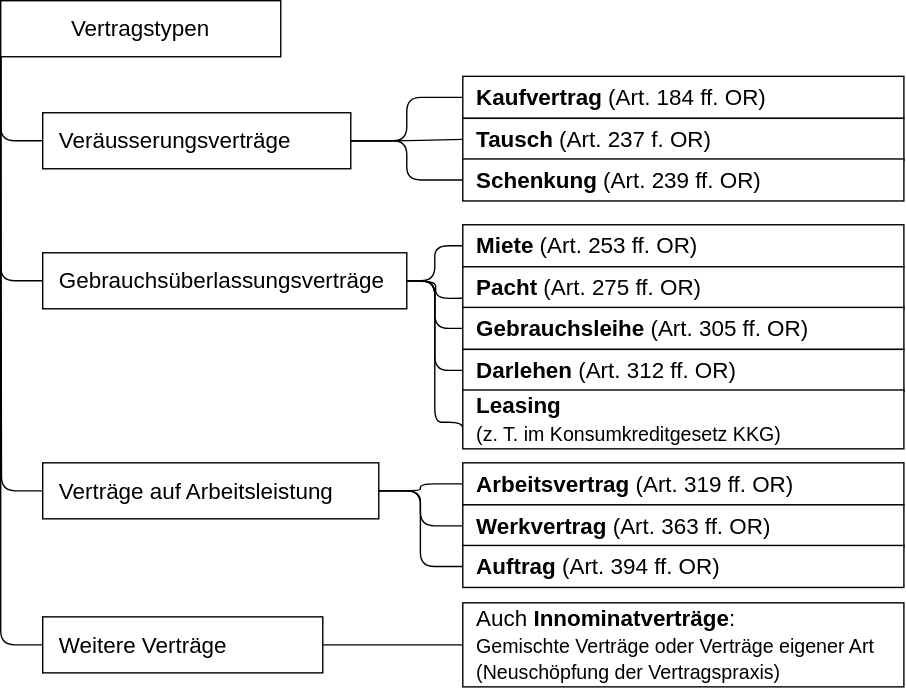
Earlier version of the draw.io export BuRe2/diagrams/vertragstypen.svg (grnin/Zusammenfassungen). Source tidied: cells renumbered, new cells last; positions are measured from the earlier drawing's top-left corner, leaving out a move shared by most shapes.
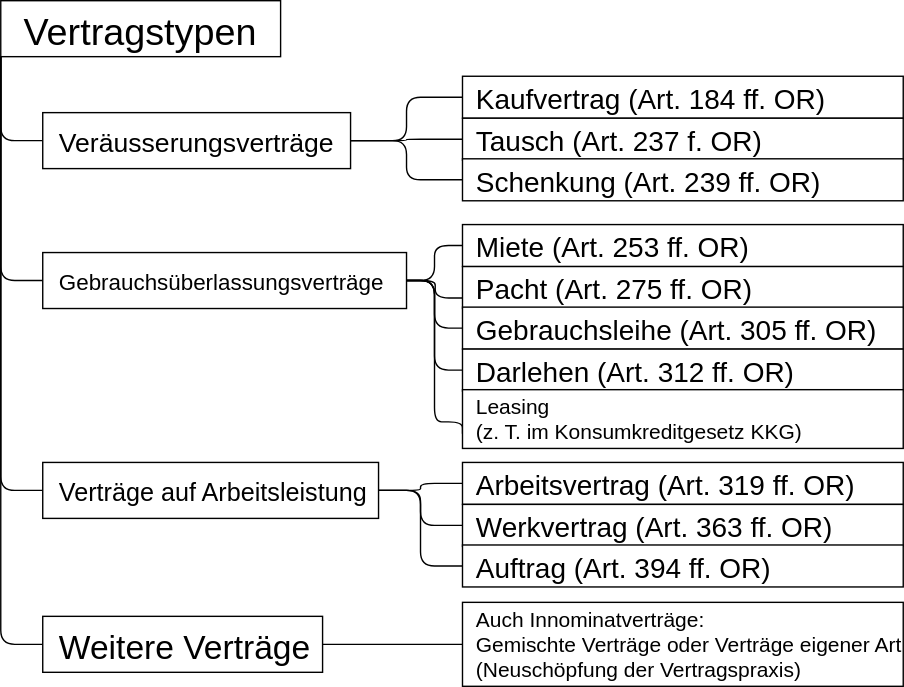
The same file after the commit.

The edit, as a diff of the source:
```diff
@@ -2,28 +2,28 @@
   <root>
     <mxCell id="0" />
     <mxCell id="1" parent="0" />
-    <mxCell id="2" style="group;" parent="1" vertex="1">
+    <mxCell id="2" style="group;autosizeText=1;convertToSvg=1;" parent="1" vertex="1">
       <mxGeometry width="645" height="480" as="geometry" />
     </mxCell>
-    <mxCell id="3" value="Vertragstypen" style="rounded=0;whiteSpace=wrap;html=1;fontSize=16;" parent="2" vertex="1">
+    <mxCell id="3" value="Vertragstypen" style="rounded=0;whiteSpace=wrap;fontSize=27;autosizeText=1;convertToSvg=1;svgWhiteSpace=wrap;" parent="2" vertex="1">
       <mxGeometry width="200" height="40" as="geometry" />
     </mxCell>
-    <mxCell id="4" style="edgeStyle=orthogonalEdgeStyle;html=1;exitX=0;exitY=0.5;exitDx=0;exitDy=0;entryX=0;entryY=1;entryDx=0;entryDy=0;endArrow=none;endFill=0;fontSize=16;" parent="2" edge="1" source="8" target="3">
+    <mxCell id="4" style="edgeStyle=orthogonalEdgeStyle;exitX=0;exitY=0.5;exitDx=0;exitDy=0;entryX=0;entryY=1;entryDx=0;entryDy=0;endArrow=none;endFill=0;fontSize=16;autosizeText=1;convertToSvg=1;" parent="2" edge="1" source="8" target="3">
       <mxGeometry relative="1" as="geometry" />
     </mxCell>
-    <mxCell id="5" style="edgeStyle=orthogonalEdgeStyle;html=1;exitX=1;exitY=0.5;exitDx=0;exitDy=0;endArrow=none;endFill=0;" parent="2" edge="1" source="8" target="16">
+    <mxCell id="5" style="edgeStyle=orthogonalEdgeStyle;exitX=1;exitY=0.5;exitDx=0;exitDy=0;endArrow=none;endFill=0;autosizeText=1;convertToSvg=1;" parent="2" edge="1" source="8" target="16">
       <mxGeometry relative="1" as="geometry" />
     </mxCell>
-    <mxCell id="6" style="edgeStyle=orthogonalEdgeStyle;html=1;exitX=1;exitY=0.5;exitDx=0;exitDy=0;entryX=0;entryY=0.5;entryDx=0;entryDy=0;endArrow=none;endFill=0;align=left;" parent="2" edge="1" source="8" target="17">
+    <mxCell id="6" style="edgeStyle=orthogonalEdgeStyle;exitX=1;exitY=0.5;exitDx=0;exitDy=0;entryX=0;entryY=0.5;entryDx=0;entryDy=0;endArrow=none;endFill=0;align=left;autosizeText=1;convertToSvg=1;" parent="2" edge="1" source="8" target="17">
       <mxGeometry relative="1" as="geometry" />
     </mxCell>
-    <mxCell id="7" style="edgeStyle=orthogonalEdgeStyle;html=1;exitX=1;exitY=0.5;exitDx=0;exitDy=0;entryX=0;entryY=0.5;entryDx=0;entryDy=0;endArrow=none;endFill=0;align=left;" parent="2" edge="1" source="8" target="18">
+    <mxCell id="7" style="edgeStyle=orthogonalEdgeStyle;exitX=1;exitY=0.5;exitDx=0;exitDy=0;entryX=0;entryY=0.5;entryDx=0;entryDy=0;endArrow=none;endFill=0;align=left;autosizeText=1;convertToSvg=1;" parent="2" edge="1" source="8" target="18">
       <mxGeometry relative="1" as="geometry" />
     </mxCell>
-    <mxCell id="8" value="Veräusserungsverträge" style="rounded=0;whiteSpace=wrap;html=1;fontSize=16;align=left;spacingLeft=10;" parent="2" vertex="1">
+    <mxCell id="8" value="Veräusserungsverträge" style="rounded=0;whiteSpace=wrap;fontSize=19;align=left;spacingLeft=10;autosizeText=1;convertToSvg=1;svgWhiteSpace=wrap;" parent="2" vertex="1">
       <mxGeometry x="30" y="80" width="220" height="40" as="geometry" />
     </mxCell>
-    <mxCell id="9" style="edgeStyle=orthogonalEdgeStyle;html=1;exitX=0;exitY=0.5;exitDx=0;exitDy=0;endArrow=none;endFill=0;fontSize=16;" parent="2" edge="1" source="11">
+    <mxCell id="9" style="edgeStyle=orthogonalEdgeStyle;exitX=0;exitY=0.5;exitDx=0;exitDy=0;endArrow=none;endFill=0;fontSize=16;autosizeText=1;convertToSvg=1;" parent="2" edge="1" source="11">
       <mxGeometry relative="1" as="geometry">
         <mxPoint y="40" as="targetPoint" />
         <Array as="points">
@@ -31,47 +31,47 @@
         </Array>
       </mxGeometry>
     </mxCell>
-    <mxCell id="10" style="edgeStyle=orthogonalEdgeStyle;html=1;exitX=1;exitY=0.5;exitDx=0;exitDy=0;endArrow=none;endFill=0;align=left;" parent="2" edge="1" source="11" target="19">
+    <mxCell id="10" style="edgeStyle=orthogonalEdgeStyle;exitX=1;exitY=0.5;exitDx=0;exitDy=0;endArrow=none;endFill=0;align=left;autosizeText=1;convertToSvg=1;" parent="2" edge="1" source="11" target="19">
       <mxGeometry relative="1" as="geometry" />
     </mxCell>
-    <mxCell id="11" value="Gebrauchsüberlassungsverträge" style="rounded=0;whiteSpace=wrap;html=1;fontSize=16;align=left;spacingLeft=10;" parent="2" vertex="1">
+    <mxCell id="11" value="Gebrauchsüberlassungsverträge" style="rounded=0;whiteSpace=wrap;fontSize=16;align=left;spacingLeft=10;autosizeText=1;convertToSvg=1;svgWhiteSpace=wrap;" parent="2" vertex="1">
       <mxGeometry x="30" y="180" width="260" height="40" as="geometry" />
     </mxCell>
-    <mxCell id="12" style="edgeStyle=orthogonalEdgeStyle;html=1;exitX=0;exitY=0.5;exitDx=0;exitDy=0;endArrow=none;endFill=0;fontSize=16;" parent="2" edge="1" source="13">
+    <mxCell id="12" style="edgeStyle=orthogonalEdgeStyle;exitX=0;exitY=0.5;exitDx=0;exitDy=0;endArrow=none;endFill=0;fontSize=16;autosizeText=1;convertToSvg=1;" parent="2" edge="1" source="13">
       <mxGeometry relative="1" as="geometry">
         <mxPoint y="40" as="targetPoint" />
       </mxGeometry>
     </mxCell>
-    <mxCell id="13" value="Verträge auf Arbeitsleistung" style="rounded=0;whiteSpace=wrap;html=1;fontSize=16;align=left;spacingLeft=10;" parent="2" vertex="1">
+    <mxCell id="13" value="Verträge auf Arbeitsleistung" style="rounded=0;whiteSpace=wrap;fontSize=18;align=left;spacingLeft=10;autosizeText=1;convertToSvg=1;svgWhiteSpace=wrap;" parent="2" vertex="1">
       <mxGeometry x="30" y="330" width="240" height="40" as="geometry" />
     </mxCell>
-    <mxCell id="14" style="edgeStyle=orthogonalEdgeStyle;html=1;exitX=0;exitY=0.5;exitDx=0;exitDy=0;entryX=0;entryY=1;entryDx=0;entryDy=0;endArrow=none;endFill=0;fontSize=16;" parent="2" edge="1" source="15" target="3">
+    <mxCell id="14" style="edgeStyle=orthogonalEdgeStyle;exitX=0;exitY=0.5;exitDx=0;exitDy=0;entryX=0;entryY=1;entryDx=0;entryDy=0;endArrow=none;endFill=0;fontSize=16;autosizeText=1;convertToSvg=1;" parent="2" edge="1" source="15" target="3">
       <mxGeometry relative="1" as="geometry" />
     </mxCell>
-    <mxCell id="15" value="Weitere Verträge" style="rounded=0;whiteSpace=wrap;html=1;fontSize=16;align=left;spacingLeft=10;" parent="2" vertex="1">
+    <mxCell id="15" value="Weitere Verträge" style="rounded=0;whiteSpace=wrap;fontSize=24;align=left;spacingLeft=10;autosizeText=1;convertToSvg=1;svgWhiteSpace=wrap;" parent="2" vertex="1">
       <mxGeometry x="30" y="440" width="200" height="40" as="geometry" />
     </mxCell>
-    <mxCell id="16" value="&lt;b&gt;Kaufvertrag &lt;/b&gt;(Art. 184 ff. OR)" style="rounded=0;whiteSpace=wrap;html=1;spacing=1;align=left;spacingLeft=9;fontSize=16;" parent="2" vertex="1">
+    <mxCell id="16" value="Kaufvertrag (Art. 184 ff. OR)" style="rounded=0;whiteSpace=wrap;spacing=1;align=left;spacingLeft=9;fontSize=20;autosizeText=1;convertToSvg=1;svgWhiteSpace=wrap;" parent="2" vertex="1">
       <mxGeometry x="330" y="54" width="315" height="30" as="geometry" />
     </mxCell>
-    <mxCell id="17" value="&lt;b&gt;Tausch &lt;/b&gt;(Art. 237 f. OR)" style="rounded=0;whiteSpace=wrap;html=1;spacing=1;align=left;spacingLeft=9;fontSize=16;" parent="2" vertex="1">
+    <mxCell id="17" value="Tausch (Art. 237 f. OR)" style="rounded=0;whiteSpace=wrap;spacing=1;align=left;spacingLeft=9;fontSize=20;autosizeText=1;convertToSvg=1;svgWhiteSpace=wrap;" parent="2" vertex="1">
       <mxGeometry x="330" y="84" width="315" height="30" as="geometry" />
     </mxCell>
-    <mxCell id="18" value="&lt;b&gt;Schenkung &lt;/b&gt;(Art. 239 ff. OR)" style="rounded=0;whiteSpace=wrap;html=1;spacing=1;align=left;spacingLeft=9;fontSize=16;" parent="2" vertex="1">
+    <mxCell id="18" value="Schenkung (Art. 239 ff. OR)" style="rounded=0;whiteSpace=wrap;spacing=1;align=left;spacingLeft=9;fontSize=20;autosizeText=1;convertToSvg=1;svgWhiteSpace=wrap;" parent="2" vertex="1">
       <mxGeometry x="330" y="113" width="315" height="30" as="geometry" />
     </mxCell>
-    <mxCell id="19" value="&lt;b&gt;Miete &lt;/b&gt;(Art. 253 ff. OR)" style="rounded=0;whiteSpace=wrap;html=1;spacing=1;align=left;spacingLeft=9;fontSize=16;" parent="2" vertex="1">
+    <mxCell id="19" value="Miete (Art. 253 ff. OR)" style="rounded=0;whiteSpace=wrap;spacing=1;align=left;spacingLeft=9;fontSize=20;autosizeText=1;convertToSvg=1;svgWhiteSpace=wrap;" parent="2" vertex="1">
       <mxGeometry x="330" y="160" width="315" height="30" as="geometry" />
     </mxCell>
-    <mxCell id="20" style="edgeStyle=orthogonalEdgeStyle;html=1;exitX=0;exitY=0.75;exitDx=0;exitDy=0;endArrow=none;endFill=0;align=left;" parent="2" edge="1" source="21">
+    <mxCell id="20" style="edgeStyle=orthogonalEdgeStyle;exitX=0;exitY=0.75;exitDx=0;exitDy=0;endArrow=none;endFill=0;align=left;autosizeText=1;convertToSvg=1;" parent="2" edge="1" source="21">
       <mxGeometry relative="1" as="geometry">
         <mxPoint x="290" y="200" as="targetPoint" />
       </mxGeometry>
     </mxCell>
-    <mxCell id="21" value="&lt;b&gt;Pacht &lt;/b&gt;(Art. 275 ff. OR)" style="rounded=0;whiteSpace=wrap;html=1;spacing=1;align=left;spacingLeft=9;fontSize=16;" parent="2" vertex="1">
+    <mxCell id="21" value="Pacht (Art. 275 ff. OR)" style="rounded=0;whiteSpace=wrap;spacing=1;align=left;spacingLeft=9;fontSize=20;autosizeText=1;convertToSvg=1;svgWhiteSpace=wrap;" parent="2" vertex="1">
       <mxGeometry x="330" y="190" width="315" height="30" as="geometry" />
     </mxCell>
-    <mxCell id="22" style="edgeStyle=orthogonalEdgeStyle;html=1;exitX=0;exitY=0.5;exitDx=0;exitDy=0;entryX=1;entryY=0.5;entryDx=0;entryDy=0;endArrow=none;endFill=0;align=left;" parent="2" edge="1" source="23" target="11">
+    <mxCell id="22" style="edgeStyle=orthogonalEdgeStyle;exitX=0;exitY=0.5;exitDx=0;exitDy=0;entryX=1;entryY=0.5;entryDx=0;entryDy=0;endArrow=none;endFill=0;align=left;autosizeText=1;convertToSvg=1;" parent="2" edge="1" source="23" target="11">
       <mxGeometry relative="1" as="geometry">
         <Array as="points">
           <mxPoint x="310" y="234" />
@@ -79,34 +79,34 @@
         </Array>
       </mxGeometry>
     </mxCell>
-    <mxCell id="23" value="&lt;b&gt;Gebrauchsleihe &lt;/b&gt;(Art. 305 ff. OR)" style="rounded=0;whiteSpace=wrap;html=1;spacing=1;align=left;spacingLeft=9;fontSize=16;" parent="2" vertex="1">
+    <mxCell id="23" value="Gebrauchsleihe (Art. 305 ff. OR)" style="rounded=0;whiteSpace=wrap;spacing=1;align=left;spacingLeft=9;fontSize=20;autosizeText=1;convertToSvg=1;svgWhiteSpace=wrap;" parent="2" vertex="1">
       <mxGeometry x="330" y="219" width="315" height="30" as="geometry" />
     </mxCell>
-    <mxCell id="24" style="edgeStyle=elbowEdgeStyle;html=1;exitX=0;exitY=0.5;exitDx=0;exitDy=0;endArrow=none;endFill=0;align=left;" parent="2" edge="1" source="25" target="13">
+    <mxCell id="24" style="edgeStyle=elbowEdgeStyle;exitX=0;exitY=0.5;exitDx=0;exitDy=0;endArrow=none;endFill=0;align=left;autosizeText=1;convertToSvg=1;" parent="2" edge="1" source="25" target="13">
       <mxGeometry relative="1" as="geometry" />
     </mxCell>
-    <mxCell id="25" value="&lt;b&gt;Arbeitsvertrag &lt;/b&gt;(Art. 319 ff. OR)" style="rounded=0;whiteSpace=wrap;html=1;spacing=1;align=left;spacingLeft=9;fontSize=16;" parent="2" vertex="1">
+    <mxCell id="25" value="Arbeitsvertrag (Art. 319 ff. OR)" style="rounded=0;whiteSpace=wrap;spacing=1;align=left;spacingLeft=9;fontSize=20;autosizeText=1;convertToSvg=1;svgWhiteSpace=wrap;" parent="2" vertex="1">
       <mxGeometry x="330" y="330" width="315" height="30" as="geometry" />
     </mxCell>
-    <mxCell id="26" style="edgeStyle=elbowEdgeStyle;html=1;exitX=0;exitY=0.5;exitDx=0;exitDy=0;endArrow=none;endFill=0;align=left;entryX=1;entryY=0.5;entryDx=0;entryDy=0;" parent="2" edge="1" source="27" target="13">
+    <mxCell id="26" style="edgeStyle=elbowEdgeStyle;exitX=0;exitY=0.5;exitDx=0;exitDy=0;endArrow=none;endFill=0;align=left;entryX=1;entryY=0.5;entryDx=0;entryDy=0;autosizeText=1;convertToSvg=1;" parent="2" edge="1" source="27" target="13">
       <mxGeometry relative="1" as="geometry" />
     </mxCell>
-    <mxCell id="27" value="&lt;b&gt;Werkvertrag &lt;/b&gt;(Art. 363 ff. OR)" style="rounded=0;whiteSpace=wrap;html=1;spacing=1;align=left;spacingLeft=9;fontSize=16;" parent="2" vertex="1">
+    <mxCell id="27" value="Werkvertrag (Art. 363 ff. OR)" style="rounded=0;whiteSpace=wrap;spacing=1;align=left;spacingLeft=9;fontSize=20;autosizeText=1;convertToSvg=1;svgWhiteSpace=wrap;" parent="2" vertex="1">
       <mxGeometry x="330" y="360" width="315" height="30" as="geometry" />
     </mxCell>
-    <mxCell id="28" style="edgeStyle=elbowEdgeStyle;html=1;exitX=0;exitY=0.5;exitDx=0;exitDy=0;endArrow=none;endFill=0;align=left;entryX=1;entryY=0.5;entryDx=0;entryDy=0;" parent="2" edge="1" source="29" target="13">
+    <mxCell id="28" style="edgeStyle=elbowEdgeStyle;exitX=0;exitY=0.5;exitDx=0;exitDy=0;endArrow=none;endFill=0;align=left;entryX=1;entryY=0.5;entryDx=0;entryDy=0;autosizeText=1;convertToSvg=1;" parent="2" edge="1" source="29" target="13">
       <mxGeometry relative="1" as="geometry" />
     </mxCell>
-    <mxCell id="29" value="&lt;b&gt;Auftrag &lt;/b&gt;(Art. 394 ff. OR)" style="rounded=0;whiteSpace=wrap;html=1;spacing=1;align=left;spacingLeft=9;fontSize=16;" parent="2" vertex="1">
+    <mxCell id="29" value="Auftrag (Art. 394 ff. OR)" style="rounded=0;whiteSpace=wrap;spacing=1;align=left;spacingLeft=9;fontSize=20;autosizeText=1;convertToSvg=1;svgWhiteSpace=wrap;" parent="2" vertex="1">
       <mxGeometry x="330" y="389" width="315" height="30" as="geometry" />
     </mxCell>
-    <mxCell id="30" style="edgeStyle=orthogonalEdgeStyle;html=1;exitX=0;exitY=0.5;exitDx=0;exitDy=0;endArrow=none;endFill=0;" parent="2" edge="1" source="31" target="15">
+    <mxCell id="30" style="edgeStyle=orthogonalEdgeStyle;exitX=0;exitY=0.5;exitDx=0;exitDy=0;endArrow=none;endFill=0;autosizeText=1;convertToSvg=1;" parent="2" edge="1" source="31" target="15">
       <mxGeometry relative="1" as="geometry" />
     </mxCell>
-    <mxCell id="31" value="Auch &lt;b&gt;Innominatverträge&lt;/b&gt;:&lt;div&gt;&lt;font style=&quot;font-size: 14px;&quot;&gt;Gemischte Verträge oder Verträge eigener Art (Neuschöpfung der Vertragspraxis)&lt;/font&gt;&lt;/div&gt;" style="rounded=0;whiteSpace=wrap;html=1;spacing=1;align=left;spacingLeft=9;fontSize=16;" parent="2" vertex="1">
+    <mxCell id="31" value="Auch Innominatverträge:&#10;Gemischte Verträge oder Verträge eigener Art (Neuschöpfung der Vertragspraxis)" style="rounded=0;whiteSpace=wrap;spacing=1;align=left;spacingLeft=9;fontSize=15;autosizeText=1;convertToSvg=1;svgWhiteSpace=wrap;" parent="2" vertex="1">
       <mxGeometry x="330" y="430" width="315" height="60" as="geometry" />
     </mxCell>
-    <mxCell id="32" style="edgeStyle=orthogonalEdgeStyle;html=1;exitX=0;exitY=0.5;exitDx=0;exitDy=0;endArrow=none;endFill=0;align=left;" parent="2" edge="1" source="33">
+    <mxCell id="32" style="edgeStyle=orthogonalEdgeStyle;exitX=0;exitY=0.5;exitDx=0;exitDy=0;endArrow=none;endFill=0;align=left;autosizeText=1;convertToSvg=1;" parent="2" edge="1" source="33">
       <mxGeometry relative="1" as="geometry">
         <mxPoint x="290" y="200" as="targetPoint" />
         <Array as="points">
@@ -115,10 +115,10 @@
         </Array>
       </mxGeometry>
     </mxCell>
-    <mxCell id="33" value="&lt;b&gt;Darlehen &lt;/b&gt;(Art. 312 ff. OR)" style="rounded=0;whiteSpace=wrap;html=1;spacing=1;align=left;spacingLeft=9;fontSize=16;" parent="2" vertex="1">
+    <mxCell id="33" value="Darlehen (Art. 312 ff. OR)" style="rounded=0;whiteSpace=wrap;spacing=1;align=left;spacingLeft=9;fontSize=20;autosizeText=1;convertToSvg=1;svgWhiteSpace=wrap;" parent="2" vertex="1">
       <mxGeometry x="330" y="249" width="315" height="30" as="geometry" />
     </mxCell>
-    <mxCell id="34" style="edgeStyle=orthogonalEdgeStyle;html=1;exitX=0;exitY=0.75;exitDx=0;exitDy=0;entryX=1;entryY=0.5;entryDx=0;entryDy=0;endArrow=none;endFill=0;align=left;" parent="2" edge="1" source="35" target="11">
+    <mxCell id="34" style="edgeStyle=orthogonalEdgeStyle;exitX=0;exitY=0.75;exitDx=0;exitDy=0;entryX=1;entryY=0.5;entryDx=0;entryDy=0;endArrow=none;endFill=0;align=left;autosizeText=1;convertToSvg=1;" parent="2" edge="1" source="35" target="11">
       <mxGeometry relative="1" as="geometry">
         <Array as="points">
           <mxPoint x="310" y="301" />
@@ -126,7 +126,7 @@
         </Array>
       </mxGeometry>
     </mxCell>
-    <mxCell id="35" value="&lt;b&gt;Leasing&amp;nbsp;&lt;br&gt;&lt;/b&gt;&lt;font style=&quot;font-size: 14px;&quot;&gt;(z. T. im Konsumkreditgesetz KKG)&lt;/font&gt;" style="rounded=0;whiteSpace=wrap;html=1;spacing=1;align=left;spacingLeft=9;fontSize=16;" parent="2" vertex="1">
+    <mxCell id="35" value="Leasing &#10;(z. T. im Konsumkreditgesetz KKG)" style="rounded=0;whiteSpace=wrap;spacing=1;align=left;spacingLeft=9;fontSize=15;autosizeText=1;convertToSvg=1;svgWhiteSpace=wrap;" parent="2" vertex="1">
       <mxGeometry x="330" y="278" width="315" height="42" as="geometry" />
     </mxCell>
   </root>
```
